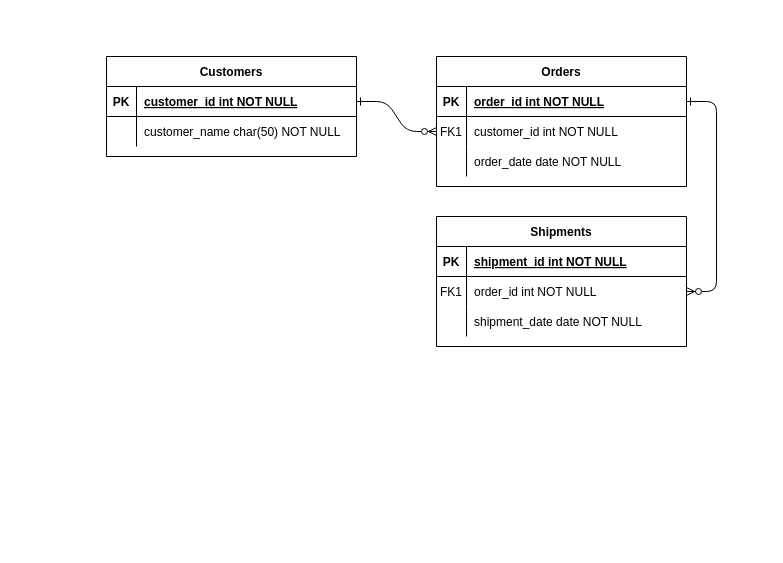
The draw.io diagram 02_activities/assignments/images/Untitled Diagram.drawio in pala2003/sql, before the edit. Source tidied: cells renumbered, new cells numbered last; positions are measured from the earlier drawing's top-left corner, leaving out a move shared by most shapes. Both pictures are drawn from the tidied source at 100%, with x=0, y=0 at pixel (106, 56).
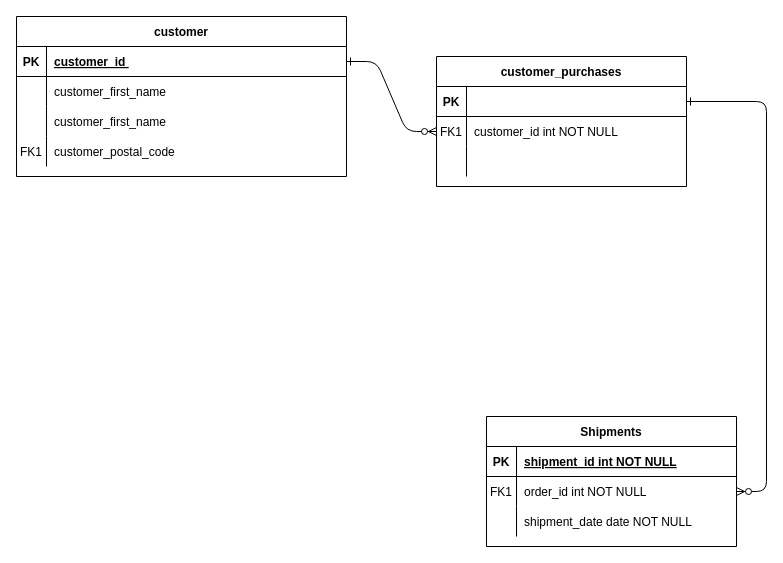
The same diagram, later.

The change refers to these unchanged cells:
```xml
<mxCell id="5" style="shape=partialRectangle;fillColor=none;points=[[0,0.5],[1,0.5]];portConstraint=eastwest;top=0;left=0;right=0;bottom=1;" parent="4" vertex="1">
  <mxGeometry y="30" width="250" height="30" as="geometry" />
</mxCell>
<mxCell id="11" style="shape=partialRectangle;fillColor=none;top=0;left=0;right=0;bottom=0;" parent="4" vertex="1">
  <mxGeometry y="90" width="250" height="30" as="geometry" />
</mxCell>
```

Diff of the diagram source:
```diff
@@
-    <mxCell id="4" value="Orders" style="shape=table;startSize=30;childLayout=tableLayout;rowLines=0;fontStyle=1;align=center;" parent="1" vertex="1">
+    <mxCell id="4" value="customer_purchases" style="shape=table;startSize=30;childLayout=tableLayout;rowLines=0;fontStyle=1;align=center;" parent="1" vertex="1">
       <mxGeometry x="330" width="250" height="130" as="geometry" />
     </mxCell>
@@
-    <mxCell id="7" value="order_id int NOT NULL " style="shape=partialRectangle;overflow=hidden;fillColor=none;top=0;left=0;bottom=0;right=0;align=left;spacingLeft=6;fontStyle=5;" parent="5" vertex="1">
+    <mxCell id="7" style="shape=partialRectangle;overflow=hidden;fillColor=none;top=0;left=0;bottom=0;right=0;align=left;spacingLeft=6;fontStyle=5;" parent="5" vertex="1">
       <mxGeometry x="30" width="220" height="30" as="geometry" />
     </mxCell>
@@
-    <mxCell id="13" value="order_date date NOT NULL" style="shape=partialRectangle;overflow=hidden;fillColor=none;top=0;left=0;bottom=0;right=0;align=left;spacingLeft=6;" parent="11" vertex="1">
+    <mxCell id="13" style="shape=partialRectangle;overflow=hidden;fillColor=none;top=0;left=0;bottom=0;right=0;align=left;spacingLeft=6;" parent="11" vertex="1">
       <mxGeometry x="30" width="220" height="30" as="geometry" />
     </mxCell>
     <mxCell id="14" value="Shipments" style="shape=table;startSize=30;childLayout=tableLayout;rowLines=0;fontStyle=1;align=center;" parent="1" vertex="1">
-      <mxGeometry x="330" y="160" width="250" height="130" as="geometry" />
+      <mxGeometry x="380" y="360" width="250" height="130" as="geometry" />
     </mxCell>
@@
-    <mxCell id="24" value="Customers" style="shape=table;startSize=30;childLayout=tableLayout;rowLines=0;fontStyle=1;align=center;" parent="1" vertex="1">
-      <mxGeometry width="250" height="100" as="geometry" />
+    <mxCell id="24" value="customer" style="shape=table;startSize=30;childLayout=tableLayout;rowLines=0;fontStyle=1;align=center;gradientColor=none;swimlaneFillColor=none;strokeColor=default;rounded=0;labelBackgroundColor=none;" parent="1" vertex="1">
+      <mxGeometry x="-90" y="-40" width="330" height="160" as="geometry" />
     </mxCell>
-    <mxCell id="25" style="shape=partialRectangle;fillColor=none;points=[[0,0.5],[1,0.5]];portConstraint=eastwest;top=0;left=0;right=0;bottom=1;" parent="24" vertex="1">
-      <mxGeometry y="30" width="250" height="30" as="geometry" />
+    <mxCell id="25" style="shape=partialRectangle;fillColor=none;points=[[0,0.5],[1,0.5]];portConstraint=eastwest;top=0;left=0;right=0;bottom=1;labelBackgroundColor=none;" parent="24" vertex="1">
+      <mxGeometry y="30" width="330" height="30" as="geometry" />
     </mxCell>
-    <mxCell id="26" value="PK" style="shape=partialRectangle;overflow=hidden;fillColor=none;top=0;left=0;bottom=0;right=0;fontStyle=1;" parent="25" vertex="1">
+    <mxCell id="26" value="PK" style="shape=partialRectangle;overflow=hidden;fillColor=none;top=0;left=0;bottom=0;right=0;fontStyle=1;labelBackgroundColor=none;" parent="25" vertex="1">
       <mxGeometry width="30" height="30" as="geometry" />
     </mxCell>
-    <mxCell id="27" value="customer_id int NOT NULL " style="shape=partialRectangle;overflow=hidden;fillColor=none;top=0;left=0;bottom=0;right=0;align=left;spacingLeft=6;fontStyle=5;" parent="25" vertex="1">
-      <mxGeometry x="30" width="220" height="30" as="geometry" />
+    <mxCell id="27" value="customer_id " style="shape=partialRectangle;overflow=hidden;fillColor=none;top=0;left=0;bottom=0;right=0;align=left;spacingLeft=6;fontStyle=5;labelBackgroundColor=none;" parent="25" vertex="1">
+      <mxGeometry x="30" width="300" height="30" as="geometry" />
     </mxCell>
-    <mxCell id="28" style="shape=partialRectangle;fillColor=none;top=0;left=0;right=0;bottom=0;" parent="24" vertex="1">
-      <mxGeometry y="60" width="250" height="30" as="geometry" />
+    <mxCell id="28" style="shape=partialRectangle;fillColor=none;top=0;left=0;right=0;bottom=0;labelBackgroundColor=none;" parent="24" vertex="1">
+      <mxGeometry y="60" width="330" height="30" as="geometry" />
     </mxCell>
-    <mxCell id="29" style="shape=partialRectangle;overflow=hidden;fillColor=none;top=0;left=0;bottom=0;right=0;" parent="28" vertex="1">
+    <mxCell id="29" style="shape=partialRectangle;overflow=hidden;fillColor=none;top=0;left=0;bottom=0;right=0;labelBackgroundColor=none;" parent="28" vertex="1">
       <mxGeometry width="30" height="30" as="geometry" />
     </mxCell>
-    <mxCell id="30" value="customer_name char(50) NOT NULL" style="shape=partialRectangle;overflow=hidden;fillColor=none;top=0;left=0;bottom=0;right=0;align=left;spacingLeft=6;" parent="28" vertex="1">
-      <mxGeometry x="30" width="220" height="30" as="geometry" />
+    <mxCell id="30" value="customer_first_name " style="shape=partialRectangle;overflow=hidden;fillColor=none;top=0;left=0;bottom=0;right=0;align=left;spacingLeft=6;labelBackgroundColor=none;" parent="28" vertex="1">
+      <mxGeometry x="30" width="300" height="30" as="geometry" />
     </mxCell>
+    <mxCell id="31" style="shape=partialRectangle;fillColor=none;top=0;left=0;right=0;bottom=0;labelBackgroundColor=none;" parent="24" vertex="1">
+      <mxGeometry y="90" width="330" height="30" as="geometry" />
+    </mxCell>
+    <mxCell id="32" style="shape=partialRectangle;overflow=hidden;fillColor=none;top=0;left=0;bottom=0;right=0;labelBackgroundColor=none;" parent="31" vertex="1">
+      <mxGeometry width="30" height="30" as="geometry" />
+    </mxCell>
+    <mxCell id="33" value="customer_first_name " style="shape=partialRectangle;overflow=hidden;fillColor=none;top=0;left=0;bottom=0;right=0;align=left;spacingLeft=6;labelBackgroundColor=none;" parent="31" vertex="1">
+      <mxGeometry x="30" width="300" height="30" as="geometry" />
+    </mxCell>
+    <mxCell id="34" style="shape=partialRectangle;fillColor=none;top=0;left=0;right=0;bottom=0;labelBackgroundColor=none;" parent="24" vertex="1">
+      <mxGeometry y="120" width="330" height="30" as="geometry" />
+    </mxCell>
+    <mxCell id="35" value="FK1" style="shape=partialRectangle;overflow=hidden;fillColor=none;top=0;left=0;bottom=0;right=0;labelBackgroundColor=none;" parent="34" vertex="1">
+      <mxGeometry width="30" height="30" as="geometry" />
+    </mxCell>
+    <mxCell id="36" value="customer_postal_code" style="shape=partialRectangle;overflow=hidden;fillColor=none;top=0;left=0;bottom=0;right=0;align=left;spacingLeft=6;labelBackgroundColor=none;" parent="34" vertex="1">
+      <mxGeometry x="30" width="300" height="30" as="geometry" />
+    </mxCell>
```
